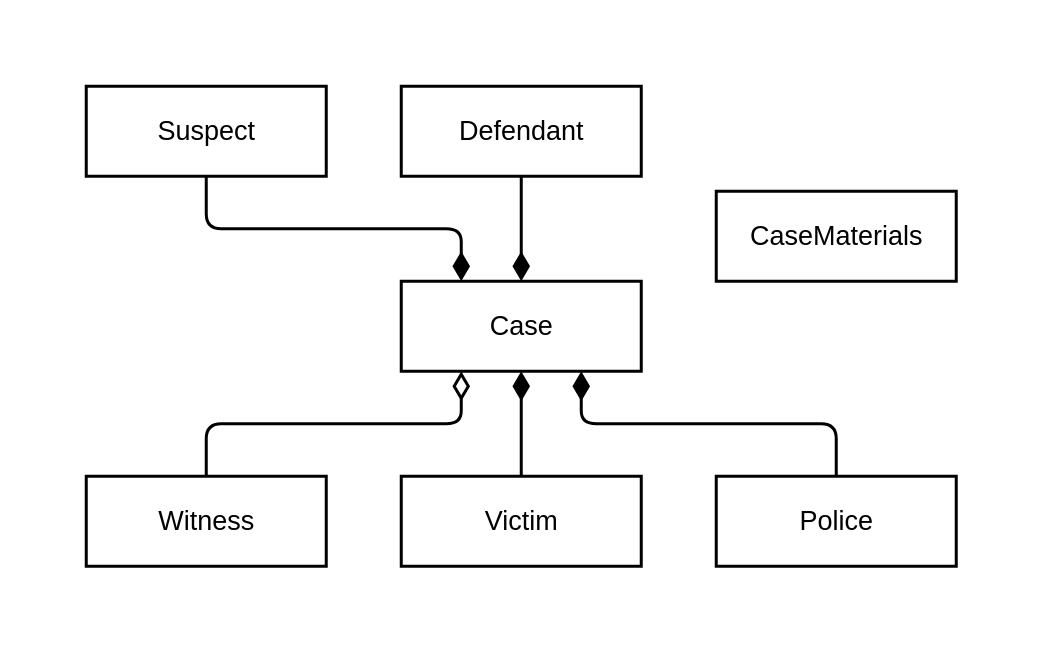
Above: page "Ideal-Cases-Domain-Model" (3 of 12) of img/Adopting DDD at Scale Diagrams.drawio in andrewharmellaw/deck-adopting-ddd-at-scale (draw.io), before the change. Source tidied: cells renumbered, new cells numbered last; positions are measured from the earlier drawing's top-left corner, leaving out a move shared by most shapes. Both pictures are drawn from the tidied source at 150%, with x=0, y=0 at pixel (26, 26).
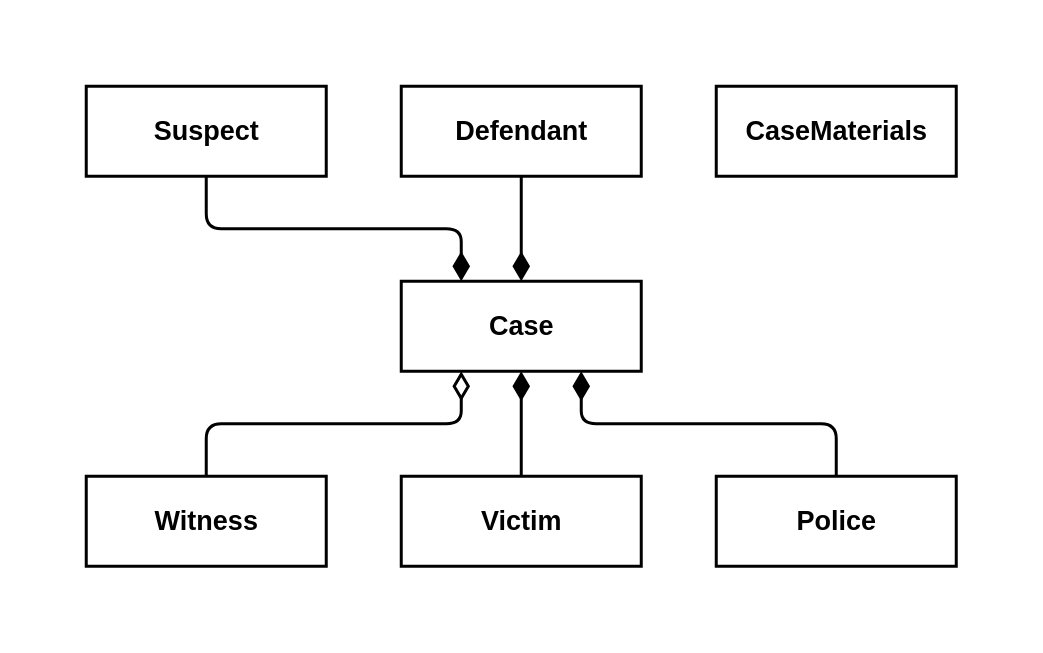
After the change.

Change to the diagram source:
```diff
@@
 <mxGraphModel>
   <root>
     <mxCell id="0" />
     <mxCell id="1" parent="0" />
     <mxCell id="2" style="rounded=0;whiteSpace=wrap;html=1;fontSize=18;dashed=1;dashPattern=1 4;opacity=0;" parent="1" vertex="1">
       <mxGeometry width="660" height="400" as="geometry" />
     </mxCell>
     <mxCell id="3" style="endArrow=none;html=1;endSize=12;startArrow=diamondThin;startSize=14;startFill=1;edgeStyle=orthogonalEdgeStyle;align=left;verticalAlign=bottom;entryX=0.5;entryY=1;entryDx=0;entryDy=0;endFill=0;exitX=0.5;exitY=0;exitDx=0;exitDy=0;strokeWidth=2;" parent="1" edge="1" source="11" target="9">
       <mxGeometry x="-1" y="3" relative="1" as="geometry" />
     </mxCell>
     <mxCell id="4" style="endArrow=none;html=1;endSize=12;startArrow=diamondThin;startSize=14;startFill=1;edgeStyle=orthogonalEdgeStyle;align=left;verticalAlign=bottom;exitX=0.25;exitY=0;exitDx=0;exitDy=0;entryX=0.5;entryY=1;entryDx=0;entryDy=0;endFill=0;strokeWidth=2;" parent="1" edge="1" source="11" target="8">
       <mxGeometry x="-1" y="3" relative="1" as="geometry" />
     </mxCell>
     <mxCell id="5" style="endArrow=none;html=1;endSize=12;startArrow=diamondThin;startSize=14;startFill=1;edgeStyle=orthogonalEdgeStyle;align=left;verticalAlign=bottom;exitX=0.5;exitY=1;exitDx=0;exitDy=0;entryX=0.5;entryY=0;entryDx=0;entryDy=0;endFill=0;strokeWidth=2;" parent="1" edge="1" source="11" target="12">
       <mxGeometry x="-1" y="3" relative="1" as="geometry" />
     </mxCell>
     <mxCell id="6" style="endArrow=none;html=1;endSize=12;startArrow=diamondThin;startSize=14;startFill=0;edgeStyle=orthogonalEdgeStyle;align=left;verticalAlign=bottom;exitX=0.25;exitY=1;exitDx=0;exitDy=0;entryX=0.5;entryY=0;entryDx=0;entryDy=0;endFill=0;strokeWidth=2;" parent="1" edge="1" source="11" target="10">
       <mxGeometry x="-1" y="3" relative="1" as="geometry" />
     </mxCell>
     <mxCell id="7" style="endArrow=none;html=1;endSize=12;startArrow=diamondThin;startSize=14;startFill=1;edgeStyle=orthogonalEdgeStyle;align=left;verticalAlign=bottom;exitX=0.75;exitY=1;exitDx=0;exitDy=0;entryX=0.5;entryY=0;entryDx=0;entryDy=0;endFill=0;strokeWidth=2;" parent="1" edge="1" source="11" target="13">
       <mxGeometry x="-1" y="3" relative="1" as="geometry" />
     </mxCell>
-    <mxCell id="8" value="Suspect" style="html=1;fontSize=18;strokeWidth=2;" parent="1" vertex="1">
+    <mxCell id="8" value="&lt;b&gt;Suspect&lt;/b&gt;" style="html=1;fontSize=18;strokeWidth=2;" parent="1" vertex="1">
       <mxGeometry x="40" y="40" width="160" height="60" as="geometry" />
     </mxCell>
-    <mxCell id="9" value="Defendant" style="html=1;fontSize=18;strokeWidth=2;" parent="1" vertex="1">
+    <mxCell id="9" value="&lt;b&gt;Defendant&lt;/b&gt;" style="html=1;fontSize=18;strokeWidth=2;" parent="1" vertex="1">
       <mxGeometry x="250" y="40" width="160" height="60" as="geometry" />
     </mxCell>
-    <mxCell id="10" value="Witness" style="html=1;fontSize=18;strokeWidth=2;" parent="1" vertex="1">
+    <mxCell id="10" value="&lt;b&gt;Witness&lt;/b&gt;" style="html=1;fontSize=18;strokeWidth=2;" parent="1" vertex="1">
       <mxGeometry x="40" y="300" width="160" height="60" as="geometry" />
     </mxCell>
-    <mxCell id="11" value="Case" style="html=1;fontSize=18;strokeWidth=2;" parent="1" vertex="1">
+    <mxCell id="11" value="&lt;b&gt;Case&lt;/b&gt;" style="html=1;fontSize=18;strokeWidth=2;" parent="1" vertex="1">
       <mxGeometry x="250" y="170" width="160" height="60" as="geometry" />
     </mxCell>
-    <mxCell id="12" value="Victim" style="html=1;fontSize=18;strokeWidth=2;" parent="1" vertex="1">
+    <mxCell id="12" value="&lt;b&gt;Victim&lt;/b&gt;" style="html=1;fontSize=18;strokeWidth=2;" parent="1" vertex="1">
       <mxGeometry x="250" y="300" width="160" height="60" as="geometry" />
     </mxCell>
-    <mxCell id="13" value="Police" style="html=1;fontSize=18;strokeWidth=2;" parent="1" vertex="1">
+    <mxCell id="13" value="&lt;b&gt;Police&lt;/b&gt;" style="html=1;fontSize=18;strokeWidth=2;" parent="1" vertex="1">
       <mxGeometry x="460" y="300" width="160" height="60" as="geometry" />
     </mxCell>
-    <mxCell id="14" value="CaseMaterials" style="html=1;fontSize=18;strokeWidth=2;" parent="1" vertex="1">
-      <mxGeometry x="460" y="110" width="160" height="60" as="geometry" />
+    <mxCell id="14" value="&lt;b&gt;CaseMaterials&lt;/b&gt;" style="html=1;fontSize=18;strokeWidth=2;" parent="1" vertex="1">
+      <mxGeometry x="460" y="40" width="160" height="60" as="geometry" />
     </mxCell>
   </root>
 </mxGraphModel>
```
